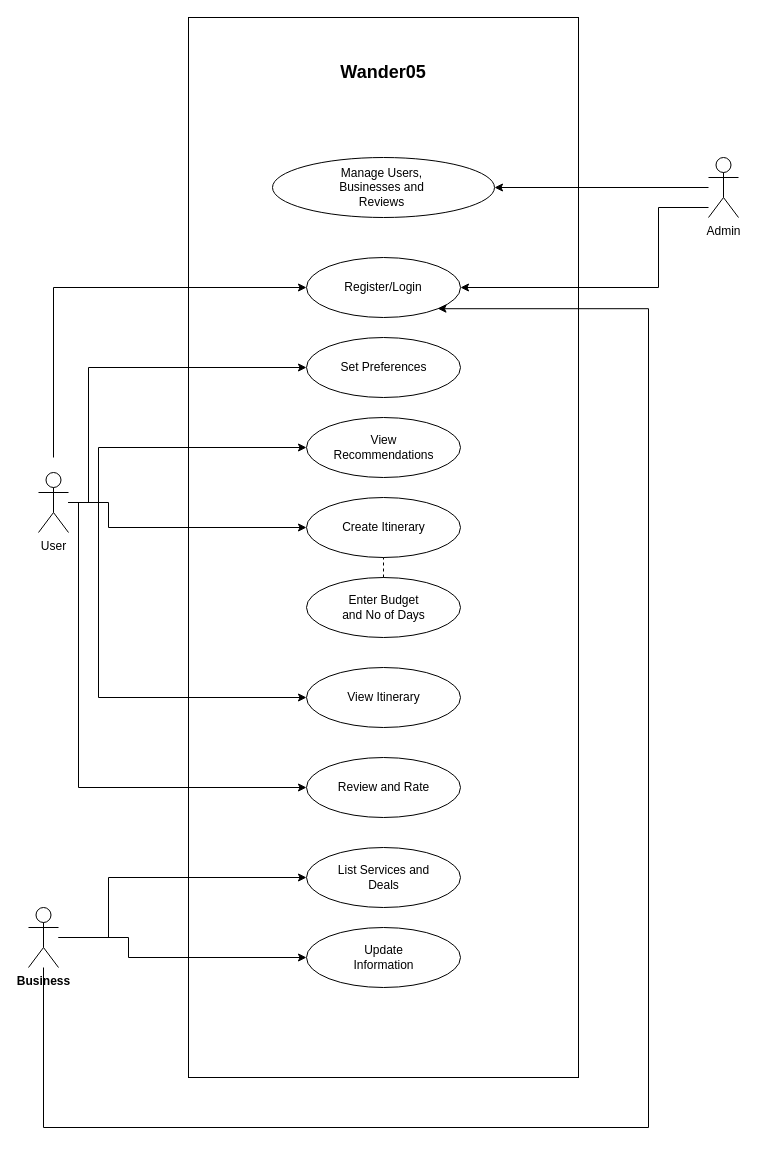
The draw.io diagram Untitled Diagram.drawio in anumathew-25/anumathew-25, before the edit. Source tidied: cells renumbered, new cells numbered last; positions are measured from the earlier drawing's top-left corner, leaving out a move shared by most shapes. Both pictures are drawn from the tidied source at 100%, with x=0, y=0 at pixel (28, 17).
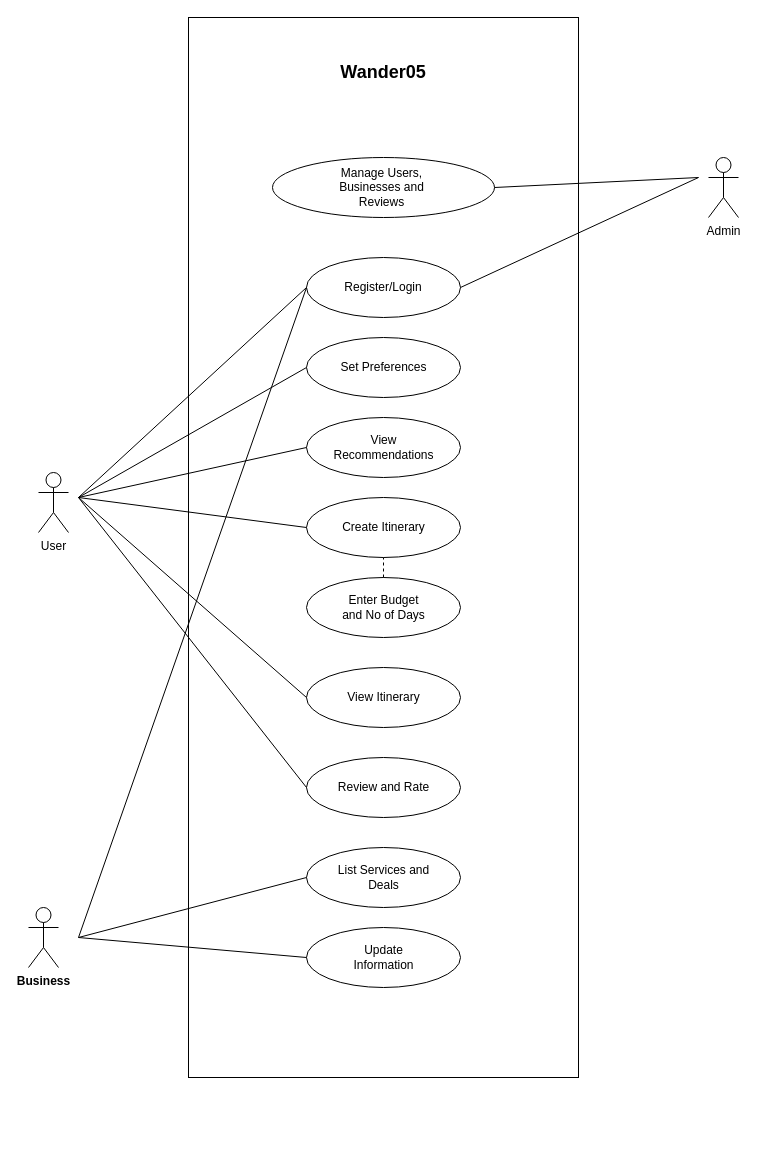
Above is the later version.

Unchanged cells that the change refers to:
```xml
<mxCell id="4" style="ellipse;whiteSpace=wrap;html=1;" parent="1" vertex="1">
  <mxGeometry x="278" y="240" width="154" height="60" as="geometry" />
</mxCell>
<mxCell id="6" style="ellipse;whiteSpace=wrap;html=1;" parent="1" vertex="1">
  <mxGeometry x="278" y="320" width="154" height="60" as="geometry" />
</mxCell>
<mxCell id="8" style="ellipse;whiteSpace=wrap;html=1;" parent="1" vertex="1">
  <mxGeometry x="278" y="400" width="154" height="60" as="geometry" />
</mxCell>
<mxCell id="10" style="ellipse;whiteSpace=wrap;html=1;" parent="1" vertex="1">
  <mxGeometry x="278" y="480" width="154" height="60" as="geometry" />
</mxCell>
<mxCell id="12" style="ellipse;whiteSpace=wrap;html=1;" parent="1" vertex="1">
  <mxGeometry x="278" y="650" width="154" height="60" as="geometry" />
</mxCell>
<mxCell id="17" style="ellipse;whiteSpace=wrap;html=1;" parent="1" vertex="1">
  <mxGeometry x="278" y="740" width="154" height="60" as="geometry" />
</mxCell>
<mxCell id="25" value="User" style="shape=umlActor;verticalLabelPosition=bottom;verticalAlign=top;html=1;outlineConnect=0;" parent="1" vertex="1">
  <mxGeometry x="10" y="455" width="30" height="60" as="geometry" />
</mxCell>
<mxCell id="28" value="&lt;b&gt;Business&lt;/b&gt;" style="shape=umlActor;verticalLabelPosition=bottom;verticalAlign=top;html=1;outlineConnect=0;" parent="1" vertex="1">
  <mxGeometry y="890" width="30" height="60" as="geometry" />
</mxCell>
<mxCell id="29" style="ellipse;whiteSpace=wrap;html=1;" parent="1" vertex="1">
  <mxGeometry x="278" y="830" width="154" height="60" as="geometry" />
</mxCell>
<mxCell id="31" style="ellipse;whiteSpace=wrap;html=1;" parent="1" vertex="1">
  <mxGeometry x="278" y="910" width="154" height="60" as="geometry" />
</mxCell>
<mxCell id="35" value="Admin" style="shape=umlActor;verticalLabelPosition=bottom;verticalAlign=top;html=1;outlineConnect=0;" parent="1" vertex="1">
  <mxGeometry x="680" y="140" width="30" height="60" as="geometry" />
</mxCell>
<mxCell id="36" style="ellipse;whiteSpace=wrap;html=1;" parent="1" vertex="1">
  <mxGeometry x="244" y="140" width="222" height="60" as="geometry" />
</mxCell>
```

The edit, as a diff of the source:
```diff
@@
-    <mxCell id="19" style="edgeStyle=orthogonalEdgeStyle;rounded=0;jettySize=auto;html=1;entryX=0;entryY=0.5;entryDx=0;entryDy=0;" parent="1" edge="1" target="4">
-      <mxGeometry relative="1" as="geometry">
-        <mxPoint x="25" y="440" as="sourcePoint" />
-        <Array as="points">
-          <mxPoint x="25" y="270" />
-        </Array>
-      </mxGeometry>
-    </mxCell>
-    <mxCell id="20" style="edgeStyle=orthogonalEdgeStyle;rounded=0;jettySize=auto;html=1;entryX=0;entryY=0.5;entryDx=0;entryDy=0;" parent="1" edge="1" source="25" target="6">
-      <mxGeometry relative="1" as="geometry">
-        <Array as="points">
-          <mxPoint x="60" y="485" />
-          <mxPoint x="60" y="350" />
-        </Array>
-      </mxGeometry>
-    </mxCell>
-    <mxCell id="21" style="edgeStyle=orthogonalEdgeStyle;rounded=0;jettySize=auto;html=1;" parent="1" edge="1" source="25" target="8">
-      <mxGeometry relative="1" as="geometry">
-        <Array as="points">
-          <mxPoint x="70" y="485" />
-          <mxPoint x="70" y="430" />
-        </Array>
-      </mxGeometry>
-    </mxCell>
-    <mxCell id="22" style="edgeStyle=orthogonalEdgeStyle;rounded=0;jettySize=auto;html=1;entryX=0;entryY=0.5;entryDx=0;entryDy=0;" parent="1" edge="1" source="25" target="10">
-      <mxGeometry relative="1" as="geometry">
-        <Array as="points">
-          <mxPoint x="80" y="485" />
-          <mxPoint x="80" y="510" />
-        </Array>
-      </mxGeometry>
-    </mxCell>
-    <mxCell id="23" style="edgeStyle=orthogonalEdgeStyle;rounded=0;jettySize=auto;html=1;entryX=0;entryY=0.5;entryDx=0;entryDy=0;" parent="1" edge="1" source="25" target="12">
-      <mxGeometry relative="1" as="geometry">
-        <Array as="points">
-          <mxPoint x="70" y="485" />
-          <mxPoint x="70" y="680" />
-        </Array>
-      </mxGeometry>
-    </mxCell>
-    <mxCell id="24" style="edgeStyle=orthogonalEdgeStyle;rounded=0;jettySize=auto;html=1;entryX=0;entryY=0.5;entryDx=0;entryDy=0;" parent="1" edge="1" source="25" target="17">
-      <mxGeometry relative="1" as="geometry">
-        <Array as="points">
-          <mxPoint x="50" y="485" />
-          <mxPoint x="50" y="770" />
-        </Array>
-      </mxGeometry>
-    </mxCell>
@@
-    <mxCell id="26" style="edgeStyle=orthogonalEdgeStyle;rounded=0;jettySize=auto;html=1;entryX=0;entryY=0.5;entryDx=0;entryDy=0;" parent="1" edge="1" source="28" target="31">
-      <mxGeometry relative="1" as="geometry">
-        <Array as="points">
-          <mxPoint x="100" y="920" />
-          <mxPoint x="100" y="940" />
-        </Array>
-      </mxGeometry>
-    </mxCell>
-    <mxCell id="27" style="edgeStyle=orthogonalEdgeStyle;rounded=0;jettySize=auto;html=1;entryX=1;entryY=1;entryDx=0;entryDy=0;" parent="1" edge="1" source="28" target="4">
-      <mxGeometry relative="1" as="geometry">
-        <Array as="points">
-          <mxPoint x="15" y="1110" />
-          <mxPoint x="620" y="1110" />
-          <mxPoint x="620" y="291" />
-        </Array>
-      </mxGeometry>
-    </mxCell>
@@
-    <mxCell id="33" style="edgeStyle=orthogonalEdgeStyle;rounded=0;jettySize=auto;html=1;entryX=1;entryY=0.5;entryDx=0;entryDy=0;" parent="1" edge="1" source="35" target="36">
-      <mxGeometry relative="1" as="geometry" />
-    </mxCell>
-    <mxCell id="34" style="edgeStyle=orthogonalEdgeStyle;rounded=0;jettySize=auto;html=1;entryX=1;entryY=0.5;entryDx=0;entryDy=0;" parent="1" edge="1" source="35" target="4">
-      <mxGeometry relative="1" as="geometry">
-        <Array as="points">
-          <mxPoint x="630" y="190" />
-          <mxPoint x="630" y="270" />
-        </Array>
-      </mxGeometry>
-    </mxCell>
@@
-    <mxCell id="38" style="edgeStyle=orthogonalEdgeStyle;rounded=0;jettySize=auto;html=1;entryX=0;entryY=0.5;entryDx=0;entryDy=0;" parent="1" edge="1" source="28" target="29">
-      <mxGeometry relative="1" as="geometry">
-        <Array as="points">
-          <mxPoint x="80" y="920" />
-          <mxPoint x="80" y="860" />
-        </Array>
-      </mxGeometry>
-    </mxCell>
+    <mxCell id="39" style="endArrow=none;html=1;rounded=0;entryX=1;entryY=0.5;entryDx=0;entryDy=0;" parent="1" edge="1" target="36">
+      <mxGeometry relative="1" as="geometry">
+        <mxPoint x="670" y="160" as="sourcePoint" />
+      </mxGeometry>
+    </mxCell>
+    <mxCell id="40" style="endArrow=none;html=1;rounded=0;exitX=1;exitY=0.5;exitDx=0;exitDy=0;" parent="1" edge="1" source="4">
+      <mxGeometry relative="1" as="geometry">
+        <mxPoint x="670" y="160" as="targetPoint" />
+      </mxGeometry>
+    </mxCell>
+    <mxCell id="41" style="endArrow=none;html=1;rounded=0;entryX=0;entryY=0.5;entryDx=0;entryDy=0;" parent="1" edge="1" target="4">
+      <mxGeometry relative="1" as="geometry">
+        <mxPoint x="50" y="480" as="sourcePoint" />
+      </mxGeometry>
+    </mxCell>
+    <mxCell id="42" style="endArrow=none;html=1;rounded=0;entryX=0;entryY=0.5;entryDx=0;entryDy=0;" parent="1" edge="1" target="6">
+      <mxGeometry relative="1" as="geometry">
+        <mxPoint x="50" y="480" as="sourcePoint" />
+      </mxGeometry>
+    </mxCell>
+    <mxCell id="43" style="endArrow=none;html=1;rounded=0;entryX=0;entryY=0.5;entryDx=0;entryDy=0;" parent="1" edge="1" target="8">
+      <mxGeometry relative="1" as="geometry">
+        <mxPoint x="50" y="480" as="sourcePoint" />
+      </mxGeometry>
+    </mxCell>
+    <mxCell id="44" style="endArrow=none;html=1;rounded=0;entryX=0;entryY=0.5;entryDx=0;entryDy=0;" parent="1" edge="1" target="10">
+      <mxGeometry relative="1" as="geometry">
+        <mxPoint x="50" y="480" as="sourcePoint" />
+      </mxGeometry>
+    </mxCell>
+    <mxCell id="45" style="endArrow=none;html=1;rounded=0;entryX=0;entryY=0.5;entryDx=0;entryDy=0;" parent="1" edge="1" target="12">
+      <mxGeometry relative="1" as="geometry">
+        <mxPoint x="50" y="480" as="sourcePoint" />
+      </mxGeometry>
+    </mxCell>
+    <mxCell id="46" style="endArrow=none;html=1;rounded=0;entryX=0;entryY=0.5;entryDx=0;entryDy=0;" parent="1" edge="1" target="17">
+      <mxGeometry relative="1" as="geometry">
+        <mxPoint x="50" y="480" as="sourcePoint" />
+      </mxGeometry>
+    </mxCell>
+    <mxCell id="47" style="endArrow=none;html=1;rounded=0;entryX=0;entryY=0.5;entryDx=0;entryDy=0;" parent="1" edge="1" target="29">
+      <mxGeometry relative="1" as="geometry">
+        <mxPoint x="50" y="920" as="sourcePoint" />
+      </mxGeometry>
+    </mxCell>
+    <mxCell id="48" style="endArrow=none;html=1;rounded=0;entryX=0;entryY=0.5;entryDx=0;entryDy=0;" parent="1" edge="1" target="31">
+      <mxGeometry relative="1" as="geometry">
+        <mxPoint x="50" y="920" as="sourcePoint" />
+      </mxGeometry>
+    </mxCell>
+    <mxCell id="49" style="endArrow=none;html=1;rounded=0;entryX=0;entryY=0.5;entryDx=0;entryDy=0;" parent="1" edge="1" target="4">
+      <mxGeometry relative="1" as="geometry">
+        <mxPoint x="50" y="920" as="sourcePoint" />
+      </mxGeometry>
+    </mxCell>
```
